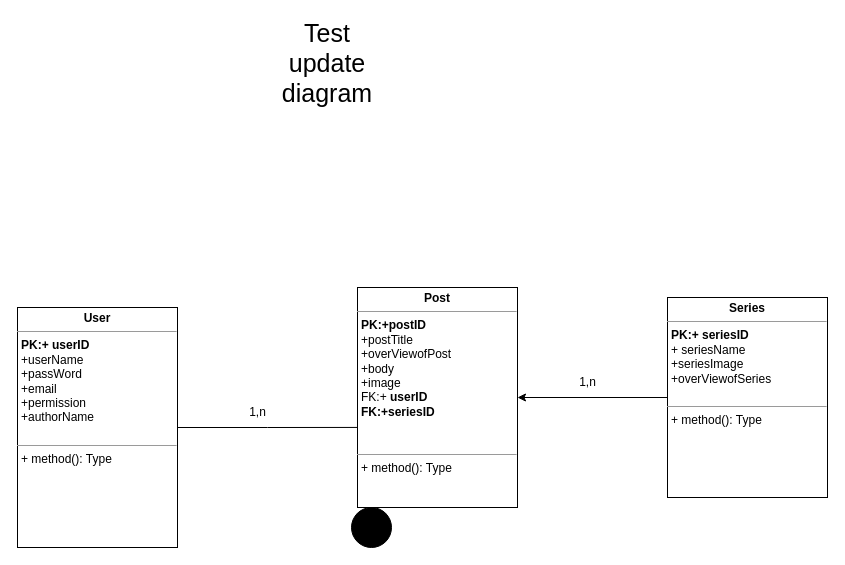
This is diagrams/Class-diagram.drawio from New-Premises-Group/microservice-ecom, a draw.io file, before an edit. Source tidied: cells renumbered, new cells numbered last; positions are measured from the earlier drawing's top-left corner, leaving out a move shared by most shapes. Both pictures are drawn from the tidied source at 100%, with x=0, y=0 at pixel (17, 47).
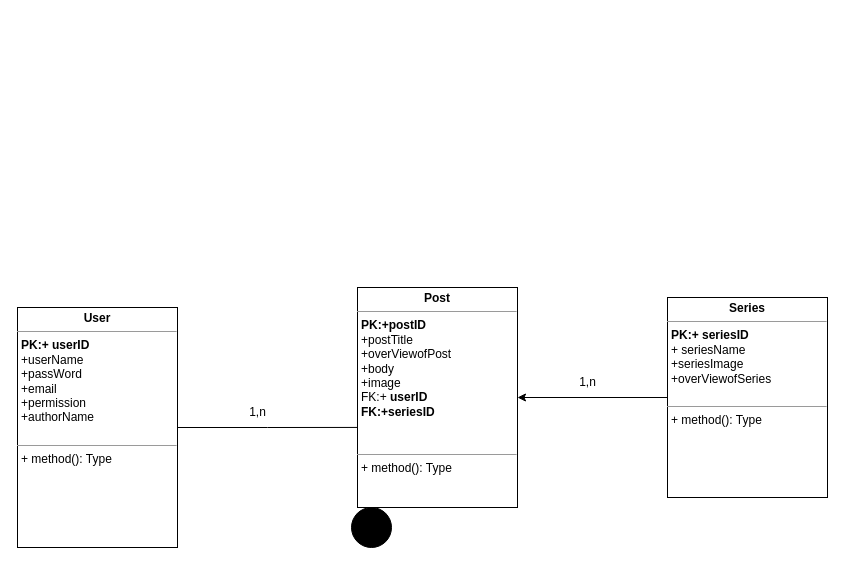
After the change.

What changed in the source:
```diff
@@
 <mxGraphModel>
   <root>
     <mxCell id="0" />
     <mxCell id="1" parent="0" />
     <mxCell id="2" style="shape=ellipse;html=1;fillColor=strokeColor;fontSize=18;fontColor=#ffffff;" parent="1" vertex="1">
       <mxGeometry x="334" y="460" width="40" height="40" as="geometry" />
     </mxCell>
-    <mxCell id="3" value="&lt;font style=&quot;font-size: 25px;&quot;&gt;Test update diagram&lt;/font&gt;" style="text;html=1;strokeColor=none;fillColor=none;align=center;verticalAlign=middle;whiteSpace=wrap;rounded=0;" parent="1" vertex="1">
-      <mxGeometry x="280" width="60" height="30" as="geometry" />
-    </mxCell>
     <mxCell id="4" style="edgeStyle=orthogonalEdgeStyle;rounded=0;jettySize=auto;html=1;entryX=0.063;entryY=0.636;entryDx=0;entryDy=0;entryPerimeter=0;" parent="1" edge="1" source="5" target="6">
       <mxGeometry relative="1" as="geometry" />
     </mxCell>
     <mxCell id="5" value="&lt;p style=&quot;margin:0px;margin-top:4px;text-align:center;&quot;&gt;&lt;b&gt;User&lt;/b&gt;&lt;/p&gt;&lt;hr size=&quot;1&quot;&gt;&lt;p style=&quot;margin:0px;margin-left:4px;&quot;&gt;&lt;b&gt;PK:+ userID&lt;/b&gt;&lt;/p&gt;&lt;p style=&quot;margin:0px;margin-left:4px;&quot;&gt;+userName&lt;/p&gt;&lt;p style=&quot;margin:0px;margin-left:4px;&quot;&gt;+passWord&lt;/p&gt;&lt;p style=&quot;margin:0px;margin-left:4px;&quot;&gt;+email&lt;/p&gt;&lt;p style=&quot;margin:0px;margin-left:4px;&quot;&gt;+permission&lt;/p&gt;&lt;p style=&quot;margin:0px;margin-left:4px;&quot;&gt;+authorName&lt;/p&gt;&lt;p style=&quot;margin:0px;margin-left:4px;&quot;&gt;&lt;br&gt;&lt;/p&gt;&lt;hr size=&quot;1&quot;&gt;&lt;p style=&quot;margin:0px;margin-left:4px;&quot;&gt;+ method(): Type&lt;/p&gt;" style="verticalAlign=top;align=left;overflow=fill;fontSize=12;fontFamily=Helvetica;html=1;whiteSpace=wrap;" parent="1" vertex="1">
       <mxGeometry y="260" width="160" height="240" as="geometry" />
     </mxCell>
     <mxCell id="6" value="&lt;p style=&quot;margin:0px;margin-top:4px;text-align:center;&quot;&gt;&lt;b&gt;Post&lt;/b&gt;&lt;/p&gt;&lt;hr size=&quot;1&quot;&gt;&lt;p style=&quot;margin:0px;margin-left:4px;&quot;&gt;&lt;b&gt;PK:+postID&lt;/b&gt;&lt;/p&gt;&lt;p style=&quot;margin:0px;margin-left:4px;&quot;&gt;+postTitle&lt;/p&gt;&lt;p style=&quot;margin:0px;margin-left:4px;&quot;&gt;+overViewofPost&lt;/p&gt;&lt;p style=&quot;margin:0px;margin-left:4px;&quot;&gt;+body&lt;/p&gt;&lt;p style=&quot;margin:0px;margin-left:4px;&quot;&gt;+image&lt;/p&gt;&lt;p style=&quot;margin:0px;margin-left:4px;&quot;&gt;FK:+&lt;b style=&quot;border-color: var(--border-color);&quot;&gt;&amp;nbsp;userID&lt;/b&gt;&lt;/p&gt;&lt;p style=&quot;margin:0px;margin-left:4px;&quot;&gt;&lt;b&gt;FK:+seriesID&lt;/b&gt;&lt;/p&gt;&lt;div&gt;&lt;b style=&quot;border-color: var(--border-color);&quot;&gt;&lt;br&gt;&lt;/b&gt;&lt;/div&gt;&lt;p style=&quot;margin:0px;margin-left:4px;&quot;&gt;&lt;br&gt;&lt;/p&gt;&lt;hr size=&quot;1&quot;&gt;&lt;p style=&quot;margin:0px;margin-left:4px;&quot;&gt;+ method(): Type&lt;/p&gt;" style="verticalAlign=top;align=left;overflow=fill;fontSize=12;fontFamily=Helvetica;html=1;whiteSpace=wrap;" parent="1" vertex="1">
       <mxGeometry x="340" y="240" width="160" height="220" as="geometry" />
     </mxCell>
     <mxCell id="7" style="edgeStyle=orthogonalEdgeStyle;rounded=0;jettySize=auto;html=1;" parent="1" edge="1" source="8" target="6">
       <mxGeometry relative="1" as="geometry" />
     </mxCell>
     <mxCell id="8" value="&lt;p style=&quot;margin:0px;margin-top:4px;text-align:center;&quot;&gt;&lt;b&gt;Series&lt;/b&gt;&lt;/p&gt;&lt;hr size=&quot;1&quot;&gt;&lt;p style=&quot;margin:0px;margin-left:4px;&quot;&gt;&lt;b&gt;PK:+ seriesID&lt;/b&gt;&lt;/p&gt;&lt;p style=&quot;margin:0px;margin-left:4px;&quot;&gt;+ seriesName&lt;/p&gt;&lt;p style=&quot;margin:0px;margin-left:4px;&quot;&gt;+seriesImage&lt;/p&gt;&lt;p style=&quot;margin:0px;margin-left:4px;&quot;&gt;+overViewofSeries&lt;/p&gt;&lt;p style=&quot;margin:0px;margin-left:4px;&quot;&gt;&lt;br&gt;&lt;/p&gt;&lt;hr size=&quot;1&quot;&gt;&lt;p style=&quot;margin:0px;margin-left:4px;&quot;&gt;+ method(): Type&lt;/p&gt;" style="verticalAlign=top;align=left;overflow=fill;fontSize=12;fontFamily=Helvetica;html=1;whiteSpace=wrap;" parent="1" vertex="1">
       <mxGeometry x="650" y="250" width="160" height="200" as="geometry" />
     </mxCell>
     <mxCell id="9" value="1,n" style="text;html=1;align=center;verticalAlign=middle;strokeColor=none;fillColor=none;" parent="1" vertex="1">
       <mxGeometry x="220" y="350" width="40" height="30" as="geometry" />
     </mxCell>
     <mxCell id="10" value="1,n&lt;br&gt;" style="text;html=1;align=center;verticalAlign=middle;strokeColor=none;fillColor=none;" parent="1" vertex="1">
       <mxGeometry x="550" y="320" width="40" height="30" as="geometry" />
     </mxCell>
   </root>
 </mxGraphModel>
```
